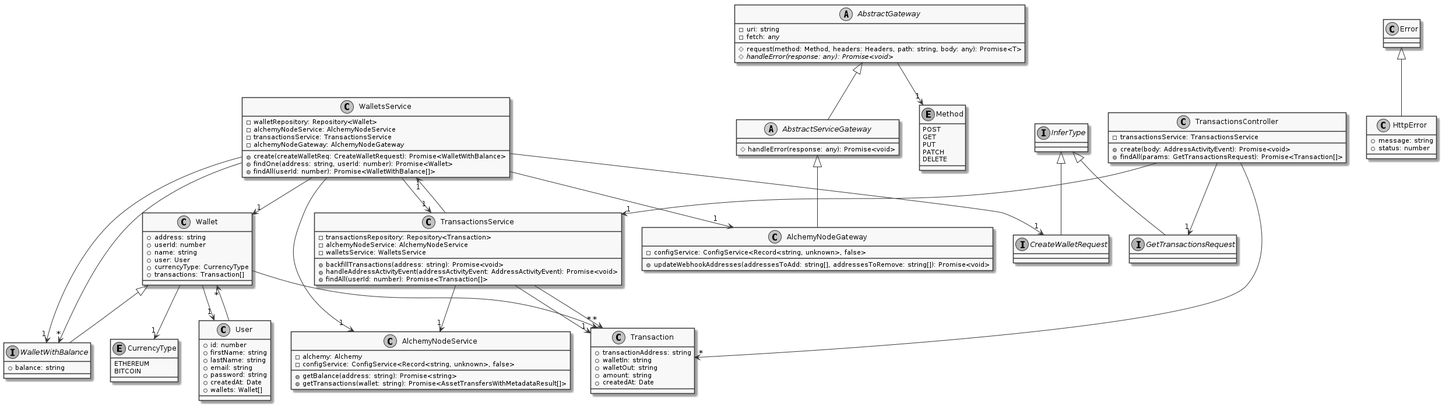
SOEN-490-Capstone/Cryptify keeps this PlantUML diagram as packages/docs/diagrams/generated/class_diagram_eth-edge_transactions.png. Above is the earlier version.
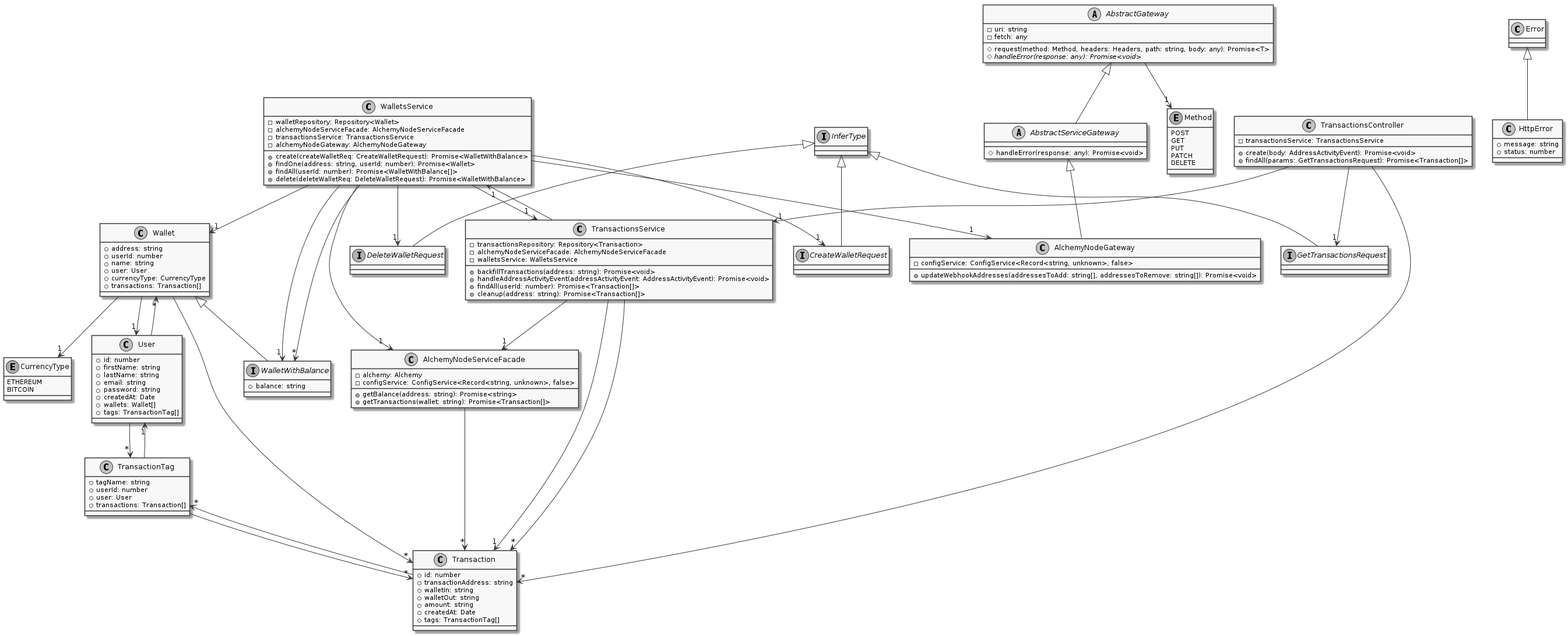
After the commit.

What changed in the source:
```diff
@@ -1,27 +1,5 @@
 @startuml
 skinparam monochrome true
-class AlchemyNodeService {
-    -alchemy: Alchemy
-    -configService: ConfigService<Record<string, unknown>, false>
-    +getBalance(address: string): Promise<string>
-    +getTransactions(wallet: string): Promise<AssetTransfersWithMetadataResult[]>
-}
-class Transaction {
-    +transactionAddress: string
-    +walletIn: string
-    +walletOut: string
-    +amount: string
-    +createdAt: Date
-}
-class User {
-    +id: number
-    +firstName: string
-    +lastName: string
-    +email: string
-    +password: string
-    +createdAt: Date
-    +wallets: Wallet[]
-}
 enum CurrencyType {
     ETHEREUM
     BITCOIN
@@ -33,6 +11,37 @@
     +user: User
     +currencyType: CurrencyType
     +transactions: Transaction[]
+}
+class User {
+    +id: number
+    +firstName: string
+    +lastName: string
+    +email: string
+    +password: string
+    +createdAt: Date
+    +wallets: Wallet[]
+    +tags: TransactionTag[]
+}
+class TransactionTag {
+    +tagName: string
+    +userId: number
+    +user: User
+    +transactions: Transaction[]
+}
+class Transaction {
+    +id: number
+    +transactionAddress: string
+    +walletIn: string
+    +walletOut: string
+    +amount: string
+    +createdAt: Date
+    +tags: TransactionTag[]
+}
+class AlchemyNodeServiceFacade {
+    -alchemy: Alchemy
+    -configService: ConfigService<Record<string, unknown>, false>
+    +getBalance(address: string): Promise<string>
+    +getTransactions(wallet: string): Promise<Transaction[]>
 }
 interface CreateWalletRequest extends InferType
 interface WalletWithBalance extends Wallet {
@@ -62,22 +71,25 @@
     -configService: ConfigService<Record<string, unknown>, false>
     +updateWebhookAddresses(addressesToAdd: string[], addressesToRemove: string[]): Promise<void>
 }
+interface DeleteWalletRequest extends InferType
 class WalletsService {
     -walletRepository: Repository<Wallet>
-    -alchemyNodeService: AlchemyNodeService
+    -alchemyNodeServiceFacade: AlchemyNodeServiceFacade
     -transactionsService: TransactionsService
     -alchemyNodeGateway: AlchemyNodeGateway
     +create(createWalletReq: CreateWalletRequest): Promise<WalletWithBalance>
     +findOne(address: string, userId: number): Promise<Wallet>
     +findAll(userId: number): Promise<WalletWithBalance[]>
+    +delete(deleteWalletReq: DeleteWalletRequest): Promise<WalletWithBalance>
 }
 class TransactionsService {
     -transactionsRepository: Repository<Transaction>
-    -alchemyNodeService: AlchemyNodeService
+    -alchemyNodeServiceFacade: AlchemyNodeServiceFacade
     -walletsService: WalletsService
     +backfillTransactions(address: string): Promise<void>
     +handleAddressActivityEvent(addressActivityEvent: AddressActivityEvent): Promise<void>
     +findAll(userId: number): Promise<Transaction[]>
+    +cleanup(address: string): Promise<Transaction[]>
 }
 interface GetTransactionsRequest extends InferType
 class TransactionsController {
@@ -85,20 +97,26 @@
     +create(body: AddressActivityEvent): Promise<void>
     +findAll(params: GetTransactionsRequest): Promise<Transaction[]>
 }
-User --> "*" Wallet
 Wallet --> "1" User
 Wallet --> "1" CurrencyType
 Wallet --> "*" Transaction
+User --> "*" Wallet
+User --> "*" TransactionTag
+TransactionTag --> "1" User
+TransactionTag --> "*" Transaction
+Transaction --> "*" TransactionTag
+AlchemyNodeServiceFacade --> "*" Transaction
 AbstractGateway --> "1" Method
 WalletsService --> "1" Wallet
-WalletsService --> "1" AlchemyNodeService
+WalletsService --> "1" AlchemyNodeServiceFacade
 WalletsService --> "1" TransactionsService
 WalletsService --> "1" AlchemyNodeGateway
 WalletsService --> "1" CreateWalletRequest
 WalletsService --> "1" WalletWithBalance
 WalletsService --> "*" WalletWithBalance
+WalletsService --> "1" DeleteWalletRequest
 TransactionsService --> "1" Transaction
-TransactionsService --> "1" AlchemyNodeService
+TransactionsService --> "1" AlchemyNodeServiceFacade
 TransactionsService --> "1" WalletsService
 TransactionsService --> "*" Transaction
 TransactionsController --> "1" TransactionsService
```
